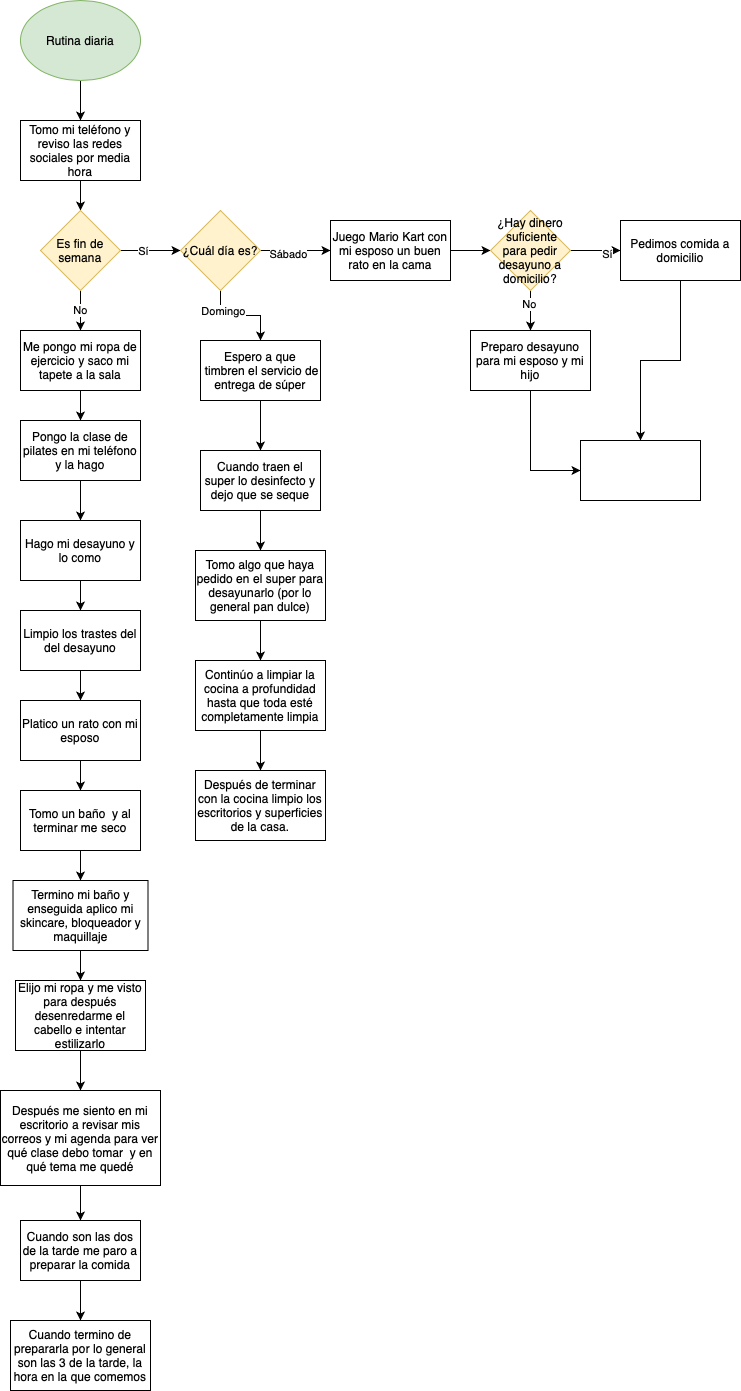
Earlier version of the draw.io export Rutina diaria.png (missphoneme/ejercicios-kodemia). Source tidied: cells renumbered, new cells last; positions are measured from the earlier drawing's top-left corner, leaving out a move shared by most shapes.
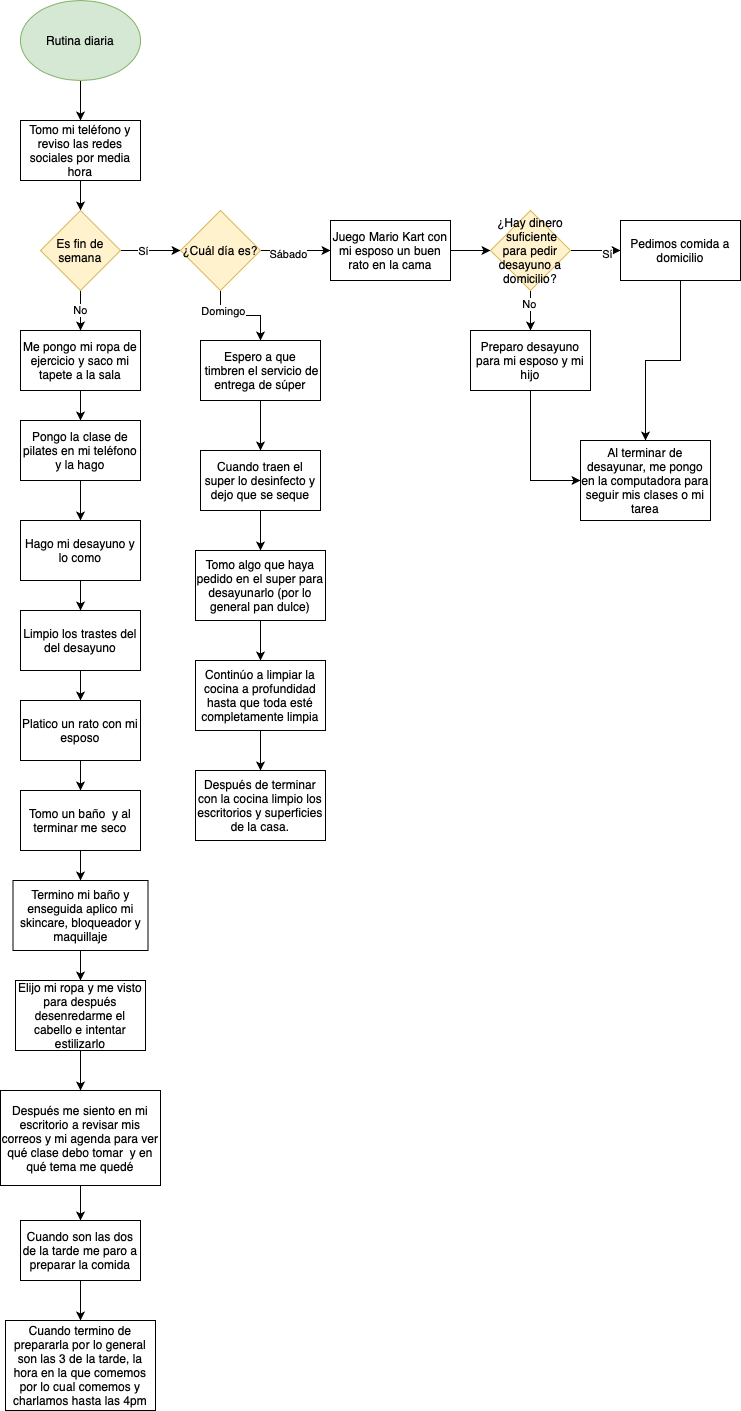
The same diagram one commit later.

Diff of the diagram source:
```diff
@@ -149,8 +149,8 @@
     <mxCell id="50" value="Después de terminar con la cocina limpio los escritorios y superficies de la casa." style="whiteSpace=wrap;html=1;rounded=0;" parent="1" vertex="1">
       <mxGeometry x="195" y="770" width="130" height="70" as="geometry" />
     </mxCell>
-    <mxCell id="51" style="rounded=0;whiteSpace=wrap;html=1;" parent="1" vertex="1">
-      <mxGeometry x="580" y="440" width="120" height="60" as="geometry" />
+    <mxCell id="51" value="Al terminar de desayunar, me pongo en la computadora para seguir mis clases o mi tarea" style="rounded=0;whiteSpace=wrap;html=1;" parent="1" vertex="1">
+      <mxGeometry x="580" y="440" width="130" height="80" as="geometry" />
     </mxCell>
     <mxCell id="52" style="edgeStyle=orthogonalEdgeStyle;rounded=0;jettySize=auto;html=1;" parent="1" edge="1" source="53" target="55">
       <mxGeometry relative="1" as="geometry" />
@@ -164,8 +164,8 @@
     <mxCell id="55" value="Cuando son las dos de la tarde me paro a preparar la comida" style="whiteSpace=wrap;html=1;rounded=0;" parent="1" vertex="1">
       <mxGeometry x="20" y="1220" width="120" height="60" as="geometry" />
     </mxCell>
-    <mxCell id="56" value="Cuando termino de prepararla por lo general son las 3 de la tarde, la hora en la que comemos" style="whiteSpace=wrap;html=1;rounded=0;" parent="1" vertex="1">
-      <mxGeometry x="10" y="1320" width="140" height="70" as="geometry" />
+    <mxCell id="56" value="Cuando termino de prepararla por lo general son las 3 de la tarde, la hora en la que comemos por lo cual comemos y charlamos hasta las 4pm" style="whiteSpace=wrap;html=1;rounded=0;" parent="1" vertex="1">
+      <mxGeometry x="5" y="1320" width="150" height="90" as="geometry" />
     </mxCell>
   </root>
 </mxGraphModel>
```
